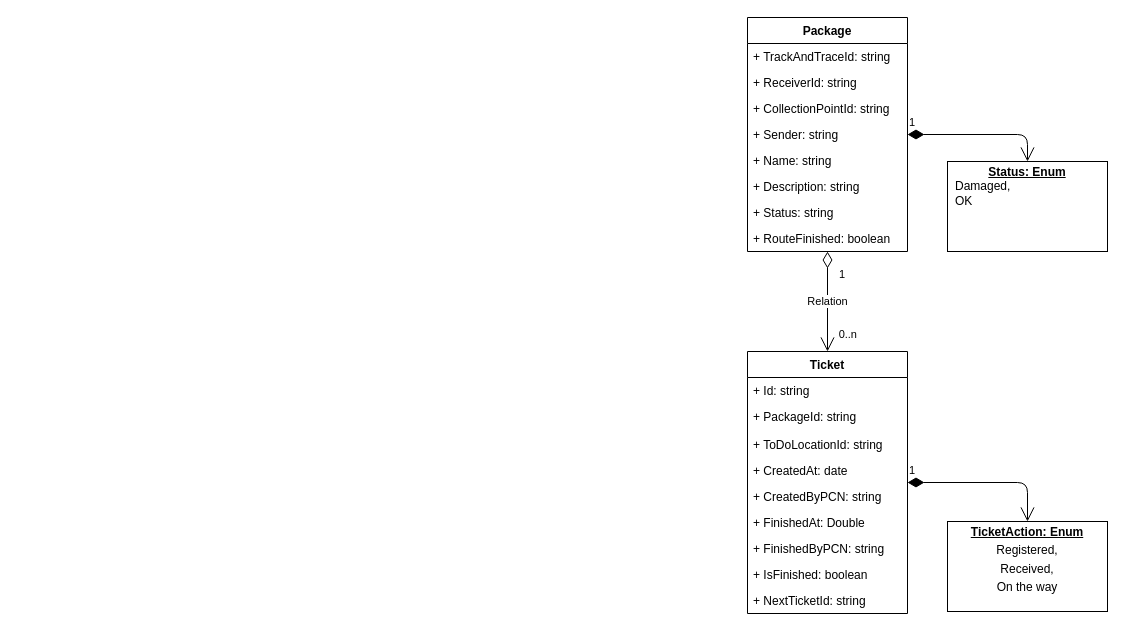
Before: IPost.drawio in FIPost/docs, a draw.io diagram. Source tidied: cells renumbered, new cells numbered last; positions are measured from the earlier drawing's top-left corner, leaving out a move shared by most shapes. Both pictures are drawn from the tidied source at 100%, with x=0, y=0 at pixel (747, 17).
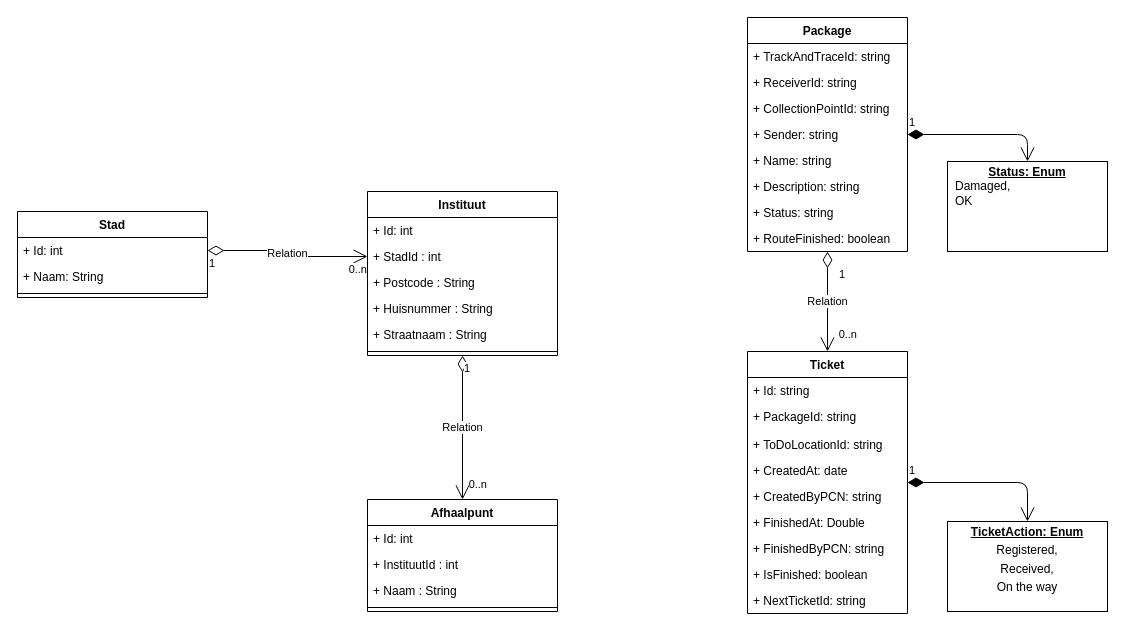
The same page after the edit.

Commit message:
locatie service model toegevoegd

Diff of the diagram source:
```diff
@@
+    <mxCell id="28" value="Stad" style="swimlane;fontStyle=1;align=center;verticalAlign=top;horizontal=1;startSize=26;" parent="1" vertex="1">
+      <mxGeometry x="-730" y="194" width="190" height="86" as="geometry" />
+    </mxCell>
+    <mxCell id="29" value="+ Id: int" style="text;strokeColor=none;fillColor=none;align=left;verticalAlign=top;spacingLeft=4;spacingRight=4;overflow=hidden;points=[[0,0.5],[1,0.5]];portConstraint=eastwest;" parent="28" vertex="1">
+      <mxGeometry y="26" width="190" height="26" as="geometry" />
+    </mxCell>
+    <mxCell id="30" value="+ Naam: String" style="text;strokeColor=none;fillColor=none;align=left;verticalAlign=top;spacingLeft=4;spacingRight=4;overflow=hidden;" parent="28" vertex="1">
+      <mxGeometry y="52" width="190" height="26" as="geometry" />
+    </mxCell>
+    <mxCell id="31" style="line;strokeWidth=1;fillColor=none;align=left;verticalAlign=middle;spacingTop=-1;spacingLeft=3;spacingRight=3;labelPosition=right;" parent="28" vertex="1">
+      <mxGeometry y="78" width="190" height="8" as="geometry" />
+    </mxCell>
+    <mxCell id="32" value="Instituut" style="swimlane;fontStyle=1;align=center;verticalAlign=top;horizontal=1;startSize=26;" parent="1" vertex="1">
+      <mxGeometry x="-380" y="174" width="190" height="164" as="geometry" />
+    </mxCell>
+    <mxCell id="33" value="+ Id: int" style="text;strokeColor=none;fillColor=none;align=left;verticalAlign=top;spacingLeft=4;spacingRight=4;overflow=hidden;" parent="32" vertex="1">
+      <mxGeometry y="26" width="190" height="26" as="geometry" />
+    </mxCell>
+    <mxCell id="34" value="+ StadId : int" style="text;strokeColor=none;fillColor=none;align=left;verticalAlign=top;spacingLeft=4;spacingRight=4;overflow=hidden;points=[[0,0.5],[1,0.5]];portConstraint=eastwest;" parent="32" vertex="1">
+      <mxGeometry y="52" width="190" height="26" as="geometry" />
+    </mxCell>
+    <mxCell id="35" value="+ Postcode : String" style="text;strokeColor=none;fillColor=none;align=left;verticalAlign=top;spacingLeft=4;spacingRight=4;overflow=hidden;" parent="32" vertex="1">
+      <mxGeometry y="78" width="190" height="26" as="geometry" />
+    </mxCell>
+    <mxCell id="36" value="+ Huisnummer : String" style="text;strokeColor=none;fillColor=none;align=left;verticalAlign=top;spacingLeft=4;spacingRight=4;overflow=hidden;" parent="32" vertex="1">
+      <mxGeometry y="104" width="190" height="26" as="geometry" />
+    </mxCell>
+    <mxCell id="37" value="+ Straatnaam : String" style="text;strokeColor=none;fillColor=none;align=left;verticalAlign=top;spacingLeft=4;spacingRight=4;overflow=hidden;" parent="32" vertex="1">
+      <mxGeometry y="130" width="190" height="26" as="geometry" />
+    </mxCell>
+    <mxCell id="38" style="line;strokeWidth=1;fillColor=none;align=left;verticalAlign=middle;spacingTop=-1;spacingLeft=3;spacingRight=3;labelPosition=right;" parent="32" vertex="1">
+      <mxGeometry y="156" width="190" height="8" as="geometry" />
+    </mxCell>
+    <mxCell id="39" value="Afhaalpunt" style="swimlane;fontStyle=1;align=center;verticalAlign=top;horizontal=1;startSize=26;" parent="1" vertex="1">
+      <mxGeometry x="-380" y="482" width="190" height="112" as="geometry" />
+    </mxCell>
+    <mxCell id="40" value="+ Id: int" style="text;strokeColor=none;fillColor=none;align=left;verticalAlign=top;spacingLeft=4;spacingRight=4;overflow=hidden;" parent="39" vertex="1">
+      <mxGeometry y="26" width="190" height="26" as="geometry" />
+    </mxCell>
+    <mxCell id="41" value="+ InstituutId : int" style="text;strokeColor=none;fillColor=none;align=left;verticalAlign=top;spacingLeft=4;spacingRight=4;overflow=hidden;" parent="39" vertex="1">
+      <mxGeometry y="52" width="190" height="26" as="geometry" />
+    </mxCell>
+    <mxCell id="42" value="+ Naam : String" style="text;strokeColor=none;fillColor=none;align=left;verticalAlign=top;spacingLeft=4;spacingRight=4;overflow=hidden;" parent="39" vertex="1">
+      <mxGeometry y="78" width="190" height="26" as="geometry" />
+    </mxCell>
+    <mxCell id="43" style="line;strokeWidth=1;fillColor=none;align=left;verticalAlign=middle;spacingTop=-1;spacingLeft=3;spacingRight=3;labelPosition=right;" parent="39" vertex="1">
+      <mxGeometry y="104" width="190" height="8" as="geometry" />
+    </mxCell>
+    <mxCell id="44" value="Relation" style="endArrow=open;html=1;endSize=12;startArrow=diamondThin;startSize=14;startFill=0;edgeStyle=orthogonalEdgeStyle;exitX=1;exitY=0.5;exitDx=0;exitDy=0;entryX=0;entryY=0.5;entryDx=0;entryDy=0;" parent="1" edge="1" source="29" target="34">
+      <mxGeometry relative="1" as="geometry" />
+    </mxCell>
+    <mxCell id="45" value="1" style="edgeLabel;html=1;align=left;verticalAlign=top;" parent="44" vertex="1">
+      <mxGeometry x="-1" relative="1" as="geometry" />
+    </mxCell>
+    <mxCell id="46" value="0..n" style="edgeLabel;html=1;align=right;verticalAlign=top;" parent="44" vertex="1">
+      <mxGeometry x="1" relative="1" as="geometry" />
+    </mxCell>
+    <mxCell id="47" value="Relation" style="endArrow=open;html=1;endSize=12;startArrow=diamondThin;startSize=14;startFill=0;edgeStyle=orthogonalEdgeStyle;exitX=0.5;exitY=1;exitDx=0;exitDy=0;entryX=0.5;entryY=0;entryDx=0;entryDy=0;" parent="1" edge="1" source="32" target="39">
+      <mxGeometry relative="1" as="geometry" />
+    </mxCell>
+    <mxCell id="48" value="1" style="edgeLabel;html=1;align=left;verticalAlign=top;" parent="47" vertex="1">
+      <mxGeometry x="-1" relative="1" as="geometry" />
+    </mxCell>
+    <mxCell id="49" value="0..n" style="edgeLabel;html=1;align=right;verticalAlign=top;" parent="1" vertex="1">
+      <mxGeometry x="-260" y="454" as="geometry" />
+    </mxCell>
```
